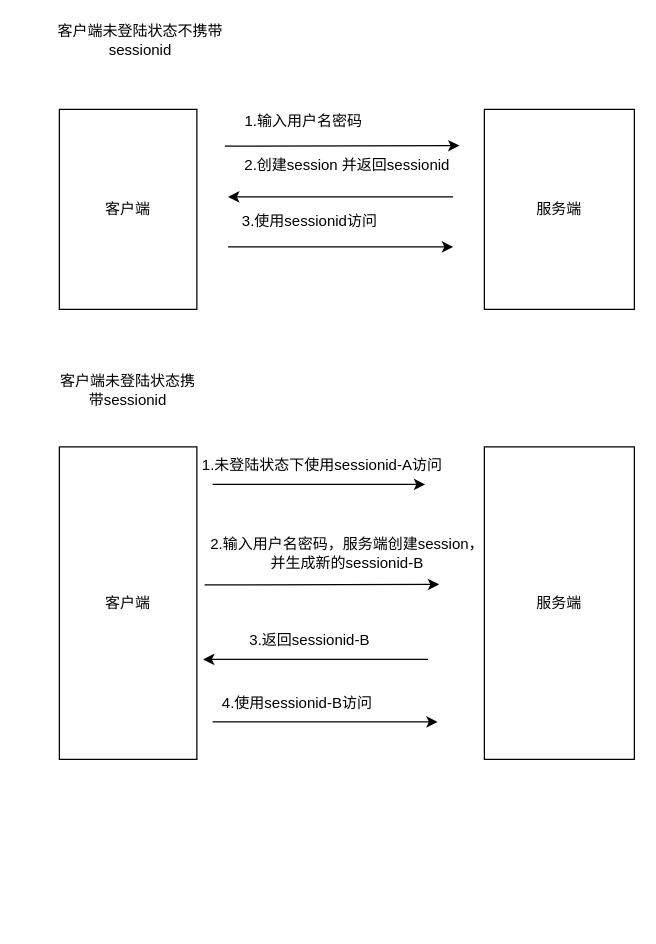
Above: session_sessionid.drawio in grayes/draw.io (draw.io), before the change. Source tidied: cells renumbered, new cells numbered last; positions are measured from the earlier drawing's top-left corner, leaving out a move shared by most shapes. Both pictures are drawn from the tidied source at 125%, with x=0, y=0 at pixel (46, 21).
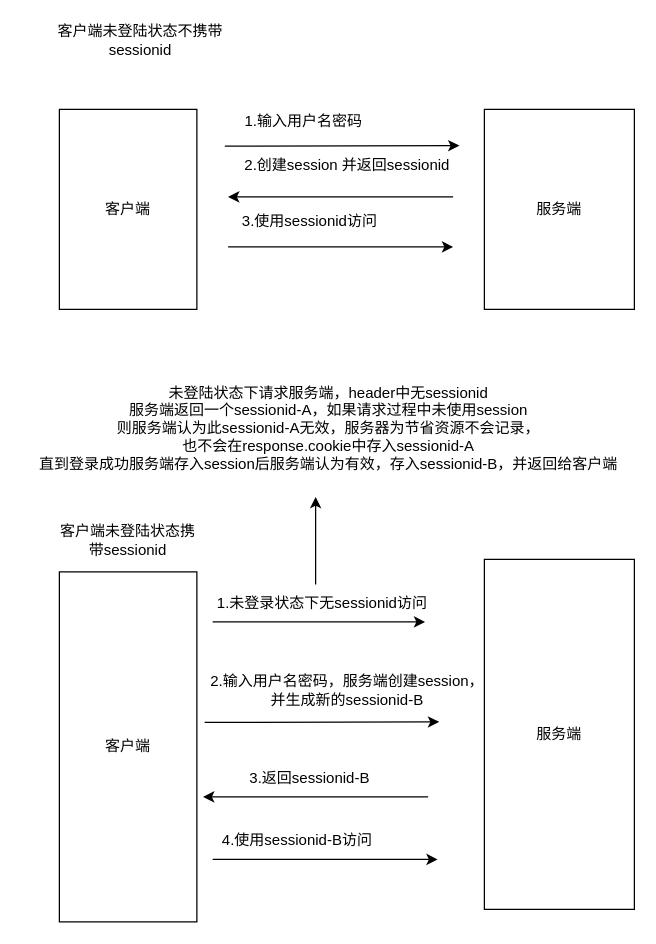
Above is the later version.

Change to the diagram source:
```diff
@@
     <mxCell id="10" style="edgeStyle=orthogonalEdgeStyle;rounded=0;orthogonalLoop=1;jettySize=auto;html=1;" parent="1" edge="1">
       <mxGeometry relative="1" as="geometry">
-        <mxPoint x="132.6" y="560" as="sourcePoint" />
-        <mxPoint x="312.6" y="560" as="targetPoint" />
+        <mxPoint x="132.6" y="670" as="sourcePoint" />
+        <mxPoint x="312.6" y="670" as="targetPoint" />
       </mxGeometry>
     </mxCell>
     <mxCell id="11" style="edgeStyle=orthogonalEdgeStyle;rounded=0;orthogonalLoop=1;jettySize=auto;html=1;" parent="1" edge="1">
       <mxGeometry relative="1" as="geometry">
-        <mxPoint x="132.6" y="370" as="sourcePoint" />
-        <mxPoint x="302.6" y="370" as="targetPoint" />
+        <mxPoint x="132.6" y="480" as="sourcePoint" />
+        <mxPoint x="302.6" y="480" as="targetPoint" />
       </mxGeometry>
     </mxCell>
     <mxCell id="12" value="客户端" style="rounded=0;whiteSpace=wrap;html=1;" parent="1" vertex="1">
-      <mxGeometry x="10" y="340" width="110" height="250" as="geometry" />
+      <mxGeometry x="10" y="440" width="110" height="280" as="geometry" />
     </mxCell>
     <mxCell id="13" value="服务端" style="rounded=0;whiteSpace=wrap;html=1;" parent="1" vertex="1">
-      <mxGeometry x="350" y="340" width="120" height="250" as="geometry" />
+      <mxGeometry x="350" y="430" width="120" height="280" as="geometry" />
     </mxCell>
     <mxCell id="14" style="endArrow=classic;html=1;rounded=0;exitX=-0.022;exitY=1.147;exitDx=0;exitDy=0;exitPerimeter=0;" parent="1" edge="1">
       <mxGeometry relative="1" as="geometry">
-        <mxPoint x="126.2" y="450.4" as="sourcePoint" />
-        <mxPoint x="313.8" y="450" as="targetPoint" />
+        <mxPoint x="126.2" y="560.4" as="sourcePoint" />
+        <mxPoint x="313.8" y="560" as="targetPoint" />
       </mxGeometry>
     </mxCell>
     <mxCell id="15" value="3.返回sessionid-B" style="text;html=1;align=center;verticalAlign=middle;strokeColor=none;fillColor=none;" parent="1" vertex="1">
-      <mxGeometry x="150" y="480" width="120" height="30" as="geometry" />
+      <mxGeometry x="150" y="590" width="120" height="30" as="geometry" />
     </mxCell>
     <mxCell id="16" value="4.使用sessionid-B访问" style="text;html=1;align=center;verticalAlign=middle;strokeColor=none;fillColor=none;" parent="1" vertex="1">
-      <mxGeometry x="130" y="530" width="140" height="30" as="geometry" />
+      <mxGeometry x="130" y="640" width="140" height="30" as="geometry" />
     </mxCell>
     <mxCell id="17" value="2.输入用户名密码，服务端创建session，&lt;br&gt;并生成新的sessionid-B" style="text;html=1;align=center;verticalAlign=middle;strokeColor=none;fillColor=none;" parent="1" vertex="1">
-      <mxGeometry x="120" y="405" width="240" height="40" as="geometry" />
+      <mxGeometry x="120" y="515" width="240" height="40" as="geometry" />
     </mxCell>
-    <mxCell id="18" value="1.未登陆状态下使用sessionid-A访问" style="text;html=1;align=center;verticalAlign=middle;strokeColor=none;fillColor=none;" parent="1" vertex="1">
-      <mxGeometry x="110" y="340" width="220" height="30" as="geometry" />
+    <mxCell id="18" value="未登陆状态下请求服务端，header中无sessionid&lt;br&gt;服务端返回一个sessionid-A，如果请求过程中未使用session&lt;br&gt;则服务端认为此sessionid-A无效，服务器为节省资源不会记录，&lt;br&gt;也不会在response.cookie中存入sessionid-A&lt;br&gt;直到登录成功服务端存入session后服务端认为有效，存入sessionid-B，并返回给客户端" style="text;html=1;align=center;verticalAlign=middle;strokeColor=none;fillColor=none;" parent="1" vertex="1">
+      <mxGeometry x="-20" y="280" width="490" height="90" as="geometry" />
     </mxCell>
     <mxCell id="19" style="edgeStyle=orthogonalEdgeStyle;rounded=0;orthogonalLoop=1;jettySize=auto;html=1;" parent="1" edge="1">
       <mxGeometry relative="1" as="geometry">
-        <mxPoint x="305" y="510" as="sourcePoint" />
-        <mxPoint x="125" y="510" as="targetPoint" />
+        <mxPoint x="305" y="620" as="sourcePoint" />
+        <mxPoint x="125" y="620" as="targetPoint" />
       </mxGeometry>
     </mxCell>
@@
     <mxCell id="21" value="客户端未登陆状态携带sessionid" style="text;html=1;strokeColor=none;fillColor=none;align=center;verticalAlign=middle;whiteSpace=wrap;rounded=0;" parent="1" vertex="1">
-      <mxGeometry x="5" y="280" width="120" height="30" as="geometry" />
+      <mxGeometry x="5" y="400" width="120" height="30" as="geometry" />
     </mxCell>
+    <mxCell id="22" value="1.未登录状态下无sessionid访问" style="text;html=1;align=center;verticalAlign=middle;strokeColor=none;fillColor=none;" parent="1" vertex="1">
+      <mxGeometry x="125" y="450" width="190" height="30" as="geometry" />
+    </mxCell>
+    <mxCell id="23" style="endArrow=classic;html=1;rounded=0;" parent="1" edge="1">
+      <mxGeometry relative="1" as="geometry">
+        <mxPoint x="215" y="450" as="sourcePoint" />
+        <mxPoint x="215" y="380" as="targetPoint" />
+      </mxGeometry>
+    </mxCell>
```
